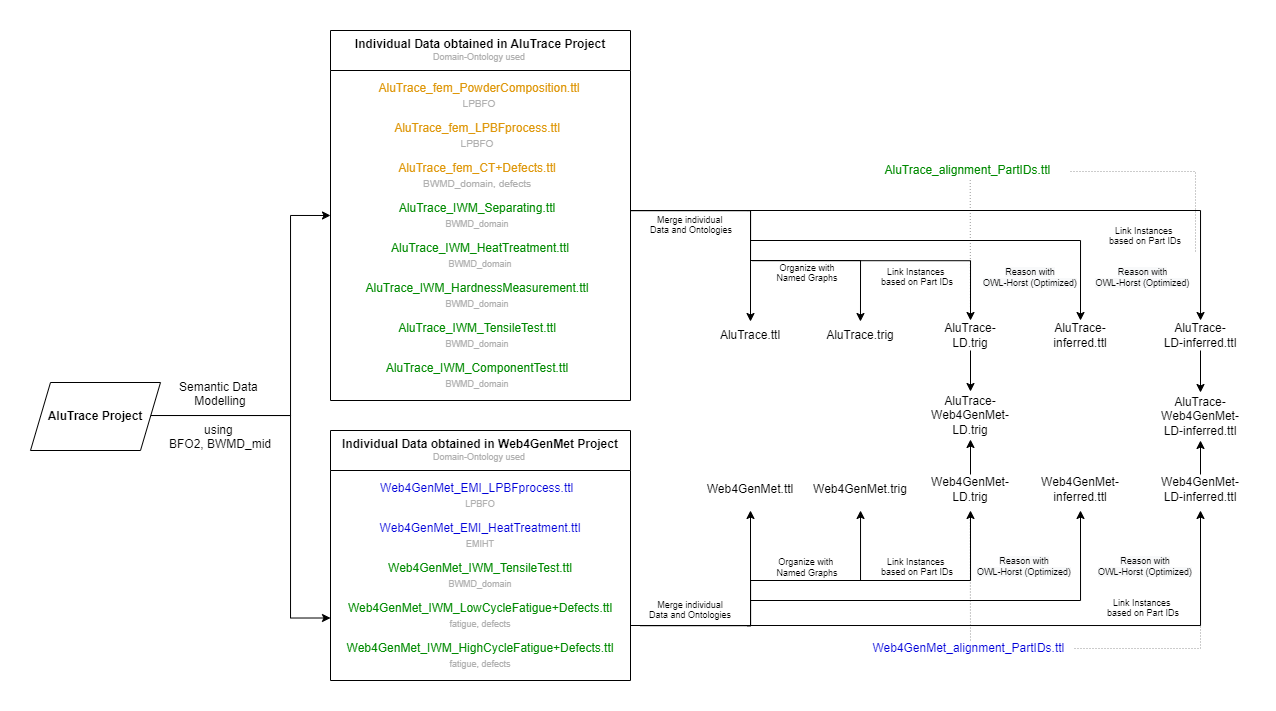
The draw.io diagram doc/Datafiles.png in Mat-O-Lab/AluTrace-Data-and-Documentation, before a commit. Source tidied: cells renumbered, new cells last; positions are measured from the earlier drawing's top-left corner, leaving out a move shared by most shapes.
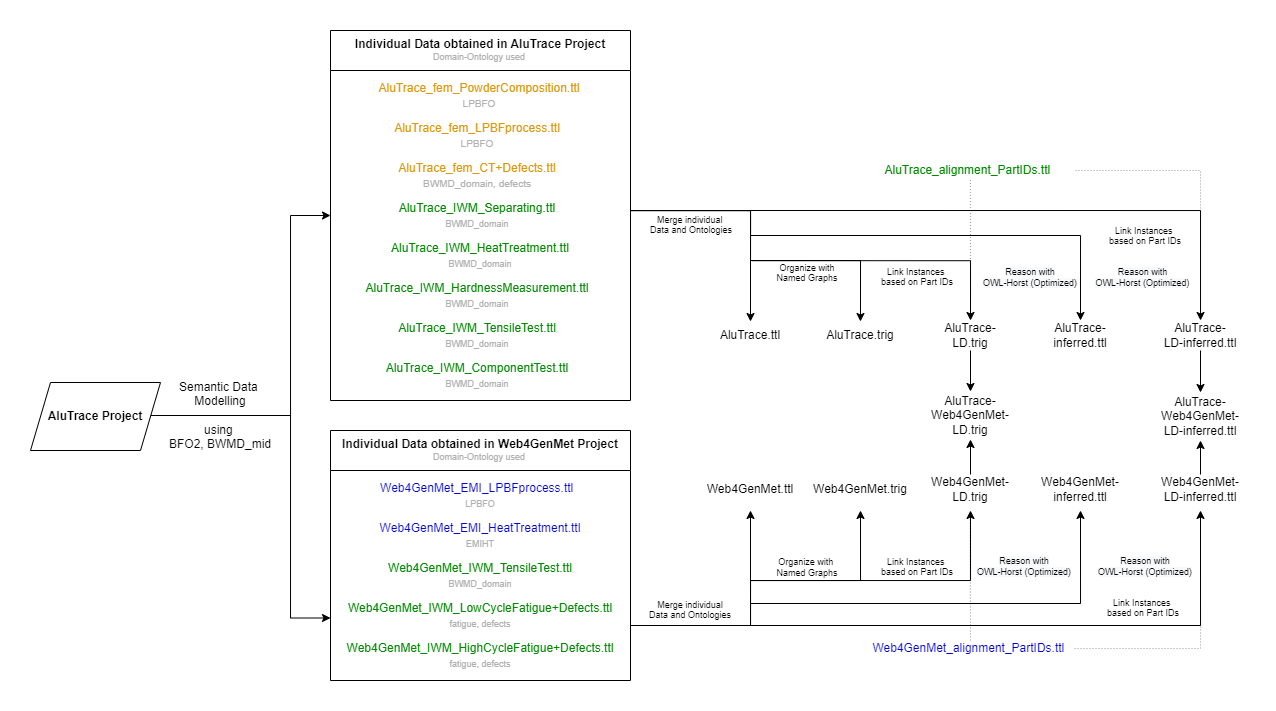
After the change.

Diff of the diagram source:
```diff
@@ -7,10 +7,10 @@
     </mxCell>
     <mxCell id="3" style="endArrow=none;html=1;rounded=0;fontSize=9;dashed=1;dashPattern=1 2;strokeColor=#999999;" parent="1" edge="1">
       <mxGeometry relative="1" as="geometry">
-        <mxPoint x="1195" y="251" as="sourcePoint" />
-        <mxPoint x="1070" y="171" as="targetPoint" />
+        <mxPoint x="1200" y="250" as="sourcePoint" />
+        <mxPoint x="1075" y="170" as="targetPoint" />
         <Array as="points">
-          <mxPoint x="1195" y="171" />
+          <mxPoint x="1200" y="170" />
         </Array>
       </mxGeometry>
     </mxCell>
@@ -30,8 +30,8 @@
     </mxCell>
     <mxCell id="6" style="endArrow=none;html=1;rounded=0;fontSize=9;dashed=1;dashPattern=1 2;strokeColor=#999999;" parent="1" edge="1">
       <mxGeometry relative="1" as="geometry">
-        <mxPoint x="969.9" y="306.5" as="sourcePoint" />
-        <mxPoint x="969.7" y="179.5" as="targetPoint" />
+        <mxPoint x="970.1" y="306.5" as="sourcePoint" />
+        <mxPoint x="969.9" y="179.5" as="targetPoint" />
       </mxGeometry>
     </mxCell>
     <mxCell id="7" style="edgeStyle=orthogonalEdgeStyle;rounded=0;jettySize=auto;html=1;entryX=0;entryY=0.5;entryDx=0;entryDy=0;" parent="1" edge="1" target="19">
@@ -111,12 +111,12 @@
     <mxCell id="28" value="&lt;font color=&quot;#008a00&quot;&gt;AluTrace_IWM_ComponentTest.ttl&lt;br&gt;&lt;/font&gt;&lt;span style=&quot;color: rgb(176 , 176 , 176) ; font-size: 9px&quot;&gt;BWMD_domain&lt;/span&gt;&lt;font color=&quot;#008a00&quot;&gt;&lt;br&gt;&lt;/font&gt;" style="text;html=1;strokeColor=none;fillColor=none;align=center;verticalAlign=middle;whiteSpace=wrap;rounded=0;" parent="19" vertex="1">
       <mxGeometry x="16.5" y="330" width="260" height="30" as="geometry" />
     </mxCell>
-    <mxCell id="29" style="edgeStyle=orthogonalEdgeStyle;rounded=0;orthogonalLoop=1;jettySize=auto;html=1;fontColor=#000000;exitX=1;exitY=0.5;exitDx=0;exitDy=0;" parent="1" edge="1">
+    <mxCell id="29" style="edgeStyle=orthogonalEdgeStyle;rounded=0;orthogonalLoop=1;jettySize=auto;html=1;fontColor=#000000;" parent="1" edge="1">
       <mxGeometry relative="1" as="geometry">
-        <mxPoint x="747" y="625.2" as="sourcePoint" />
+        <mxPoint x="750" y="621" as="sourcePoint" />
         <mxPoint x="970" y="510" as="targetPoint" />
         <Array as="points">
-          <mxPoint x="750" y="625" />
+          <mxPoint x="750" y="621" />
           <mxPoint x="750" y="580" />
           <mxPoint x="970" y="580" />
         </Array>
@@ -124,7 +124,7 @@
     </mxCell>
     <mxCell id="30" style="edgeStyle=orthogonalEdgeStyle;rounded=0;orthogonalLoop=1;jettySize=auto;html=1;fontColor=#000000;" parent="1" edge="1">
       <mxGeometry relative="1" as="geometry">
-        <mxPoint x="630" y="625" as="sourcePoint" />
+        <mxPoint x="750" y="625" as="sourcePoint" />
         <mxPoint x="750" y="510" as="targetPoint" />
         <Array as="points">
           <mxPoint x="750" y="625" />
@@ -134,14 +134,13 @@
     <mxCell id="31" value="Web4GenMet.ttl" style="text;html=1;strokeColor=none;fillColor=none;align=center;verticalAlign=middle;whiteSpace=wrap;rounded=0;" parent="1" vertex="1">
       <mxGeometry x="690" y="474" width="120" height="30" as="geometry" />
     </mxCell>
-    <mxCell id="32" style="edgeStyle=orthogonalEdgeStyle;rounded=0;orthogonalLoop=1;jettySize=auto;html=1;fontColor=#000000;exitX=1;exitY=0.5;exitDx=0;exitDy=0;" parent="1" edge="1">
+    <mxCell id="32" style="edgeStyle=orthogonalEdgeStyle;rounded=0;orthogonalLoop=1;jettySize=auto;html=1;fontColor=#000000;" parent="1" edge="1">
       <mxGeometry relative="1" as="geometry">
-        <mxPoint x="747" y="625.2" as="sourcePoint" />
+        <mxPoint x="750" y="622" as="sourcePoint" />
         <mxPoint x="1080" y="510" as="targetPoint" />
         <Array as="points">
-          <mxPoint x="750" y="625" />
-          <mxPoint x="750" y="600" />
-          <mxPoint x="1080" y="600" />
+          <mxPoint x="750" y="603" />
+          <mxPoint x="1080" y="603" />
         </Array>
       </mxGeometry>
     </mxCell>
@@ -151,9 +150,9 @@
     <mxCell id="34" value="&lt;font face=&quot;helvetica&quot;&gt;Organize with&amp;nbsp;&lt;br&gt;&lt;/font&gt;Named Graphs" style="text;whiteSpace=wrap;html=1;fontSize=9;align=center;" parent="1" vertex="1">
       <mxGeometry x="747" y="550" width="120" height="30" as="geometry" />
     </mxCell>
-    <mxCell id="35" style="edgeStyle=orthogonalEdgeStyle;rounded=0;orthogonalLoop=1;jettySize=auto;html=1;fontColor=#000000;exitX=1;exitY=0.5;exitDx=0;exitDy=0;" parent="1" edge="1">
+    <mxCell id="35" style="edgeStyle=orthogonalEdgeStyle;rounded=0;orthogonalLoop=1;jettySize=auto;html=1;fontColor=#000000;" parent="1" edge="1">
       <mxGeometry relative="1" as="geometry">
-        <mxPoint x="640" y="625.2" as="sourcePoint" />
+        <mxPoint x="750" y="610" as="sourcePoint" />
         <mxPoint x="860" y="510" as="targetPoint" />
         <Array as="points">
           <mxPoint x="750" y="625" />
@@ -228,8 +227,8 @@
         <mxPoint x="1080" y="320" as="targetPoint" />
         <Array as="points">
           <mxPoint x="750" y="210" />
-          <mxPoint x="750" y="240" />
-          <mxPoint x="1080" y="240" />
+          <mxPoint x="750" y="235" />
+          <mxPoint x="1080" y="235" />
         </Array>
       </mxGeometry>
     </mxCell>
```
